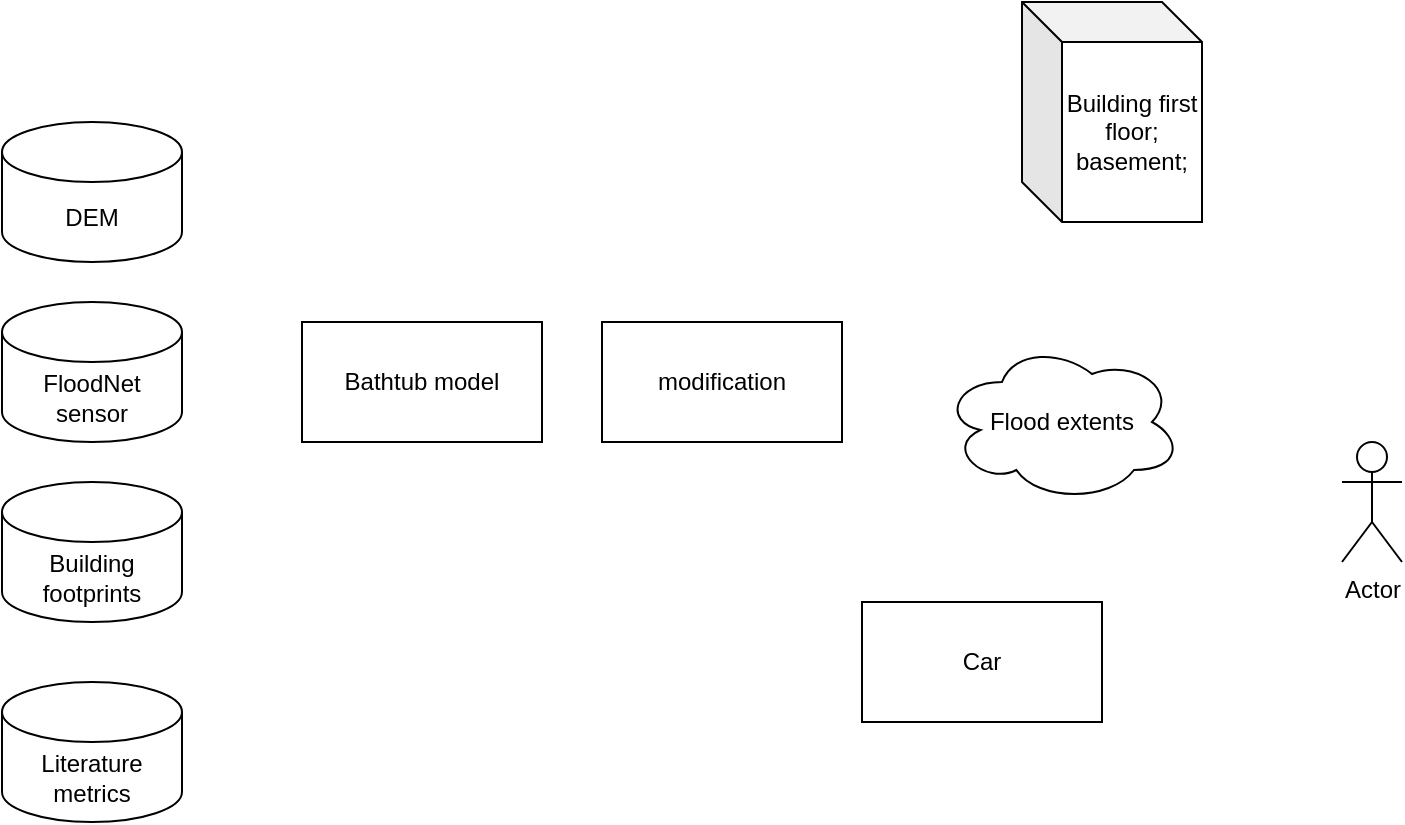
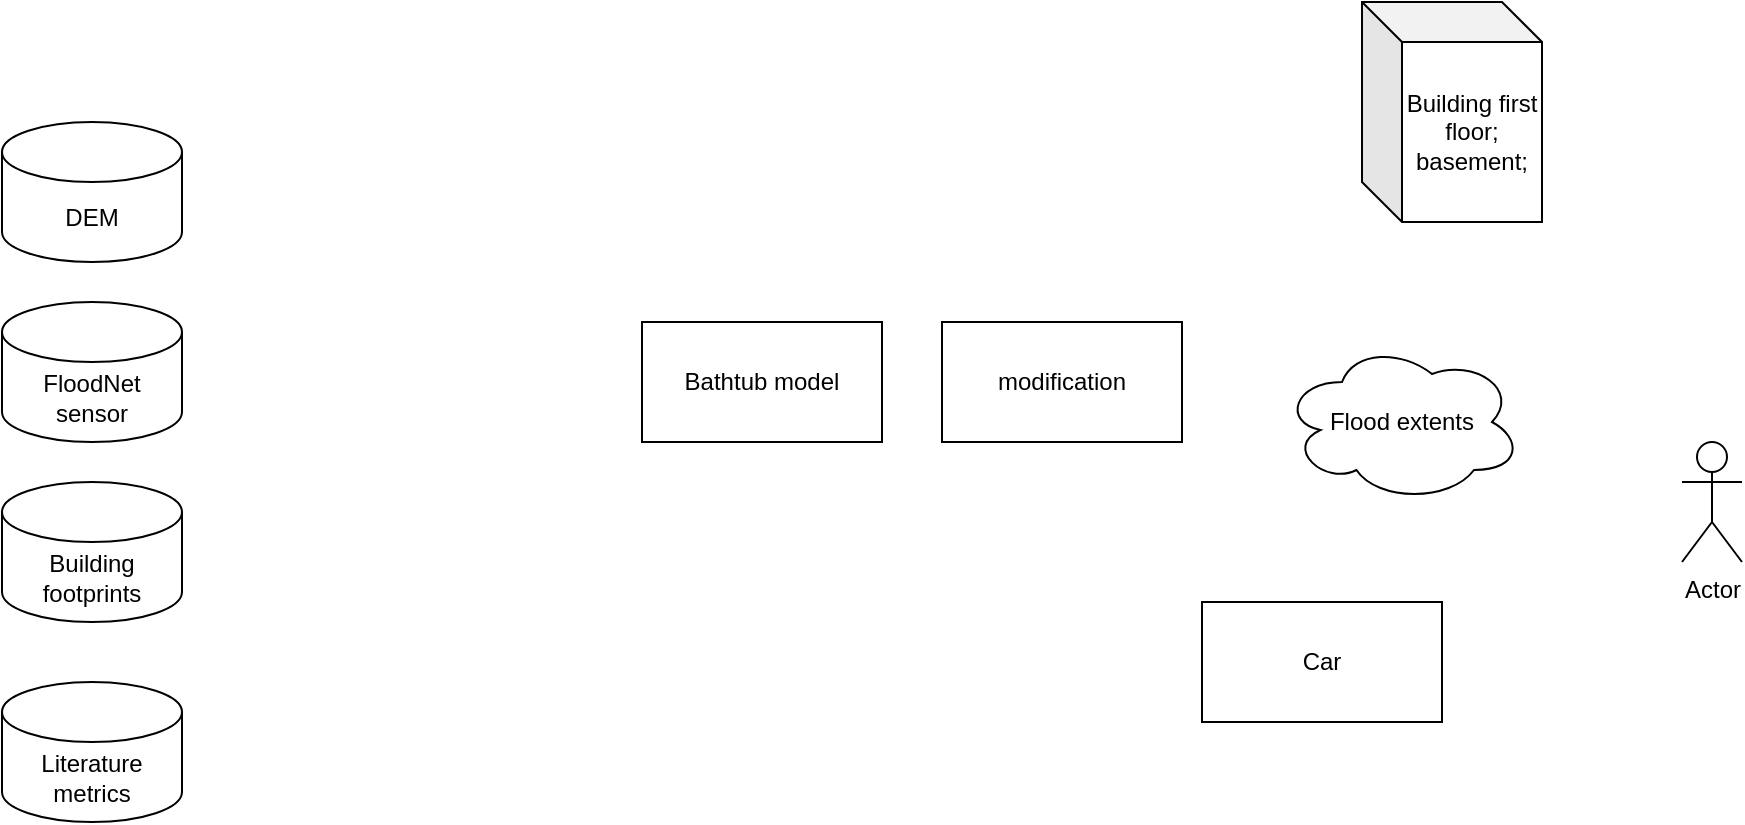
<mxfile host="app.diagrams.net">
  <diagram name="第 1 页" id="rrjs3x73q6XKG6Un8orv">
-     <mxGraphModel dx="2115" dy="555" grid="1" gridSize="10" guides="1" tooltips="1" connect="1" arrows="1" fold="1" page="1" pageScale="1" pageWidth="827" pageHeight="1169" math="0" shadow="0">
+     <mxGraphModel dx="3396" dy="674" grid="1" gridSize="10" guides="1" tooltips="1" connect="1" arrows="1" fold="1" page="1" pageScale="1" pageWidth="827" pageHeight="1169" math="0" shadow="0">
      <root>
        <mxCell id="0" />
        <mxCell id="1" parent="0" />
        <mxCell id="wsXrPMJaeRBQqD8lpksv-2" parent="1" style="shape=cylinder3;whiteSpace=wrap;html=1;boundedLbl=1;backgroundOutline=1;size=15;" value="DEM" vertex="1">
-           <mxGeometry height="70" width="90" x="60" y="180" as="geometry" />
+           <mxGeometry height="70" width="90" x="-110" y="180" as="geometry" />
        </mxCell>
        <mxCell id="wsXrPMJaeRBQqD8lpksv-3" parent="1" style="shape=cylinder3;whiteSpace=wrap;html=1;boundedLbl=1;backgroundOutline=1;size=15;" value="FloodNet sensor" vertex="1">
-           <mxGeometry height="70" width="90" x="60" y="270" as="geometry" />
+           <mxGeometry height="70" width="90" x="-110" y="270" as="geometry" />
        </mxCell>
        <mxCell id="wsXrPMJaeRBQqD8lpksv-4" parent="1" style="rounded=0;whiteSpace=wrap;html=1;" value="Bathtub model" vertex="1">
          <mxGeometry height="60" width="120" x="210" y="280" as="geometry" />
        </mxCell>
        <mxCell id="wsXrPMJaeRBQqD8lpksv-5" parent="1" style="rounded=0;whiteSpace=wrap;html=1;" value="modification" vertex="1">
          <mxGeometry height="60" width="120" x="360" y="280" as="geometry" />
        </mxCell>
        <mxCell id="wsXrPMJaeRBQqD8lpksv-6" parent="1" style="shape=cylinder3;whiteSpace=wrap;html=1;boundedLbl=1;backgroundOutline=1;size=15;" value="Building footprints" vertex="1">
-           <mxGeometry height="70" width="90" x="60" y="360" as="geometry" />
+           <mxGeometry height="70" width="90" x="-110" y="360" as="geometry" />
        </mxCell>
        <mxCell id="wsXrPMJaeRBQqD8lpksv-7" parent="1" style="shape=cylinder3;whiteSpace=wrap;html=1;boundedLbl=1;backgroundOutline=1;size=15;" value="Literature metrics" vertex="1">
-           <mxGeometry height="70" width="90" x="60" y="460" as="geometry" />
+           <mxGeometry height="70" width="90" x="-110" y="460" as="geometry" />
        </mxCell>
        <mxCell id="wsXrPMJaeRBQqD8lpksv-9" parent="1" style="ellipse;shape=cloud;whiteSpace=wrap;html=1;" value="Flood extents" vertex="1">
          <mxGeometry height="80" width="120" x="530" y="290" as="geometry" />
        </mxCell>
        <mxCell id="wsXrPMJaeRBQqD8lpksv-10" parent="1" style="shape=cube;whiteSpace=wrap;html=1;boundedLbl=1;backgroundOutline=1;darkOpacity=0.05;darkOpacity2=0.1;" value="Building first floor;&lt;div&gt;basement;&lt;/div&gt;" vertex="1">
          <mxGeometry height="110" width="90" x="570" y="120" as="geometry" />
        </mxCell>
        <mxCell id="wsXrPMJaeRBQqD8lpksv-12" parent="1" style="rounded=0;whiteSpace=wrap;html=1;" value="Car" vertex="1">
          <mxGeometry height="60" width="120" x="490" y="420" as="geometry" />
        </mxCell>
        <mxCell id="wsXrPMJaeRBQqD8lpksv-13" parent="1" style="shape=umlActor;verticalLabelPosition=bottom;verticalAlign=top;html=1;outlineConnect=0;" value="Actor" vertex="1">
          <mxGeometry height="60" width="30" x="730" y="340" as="geometry" />
        </mxCell>
      </root>
    </mxGraphModel>
  </diagram>
</mxfile>
